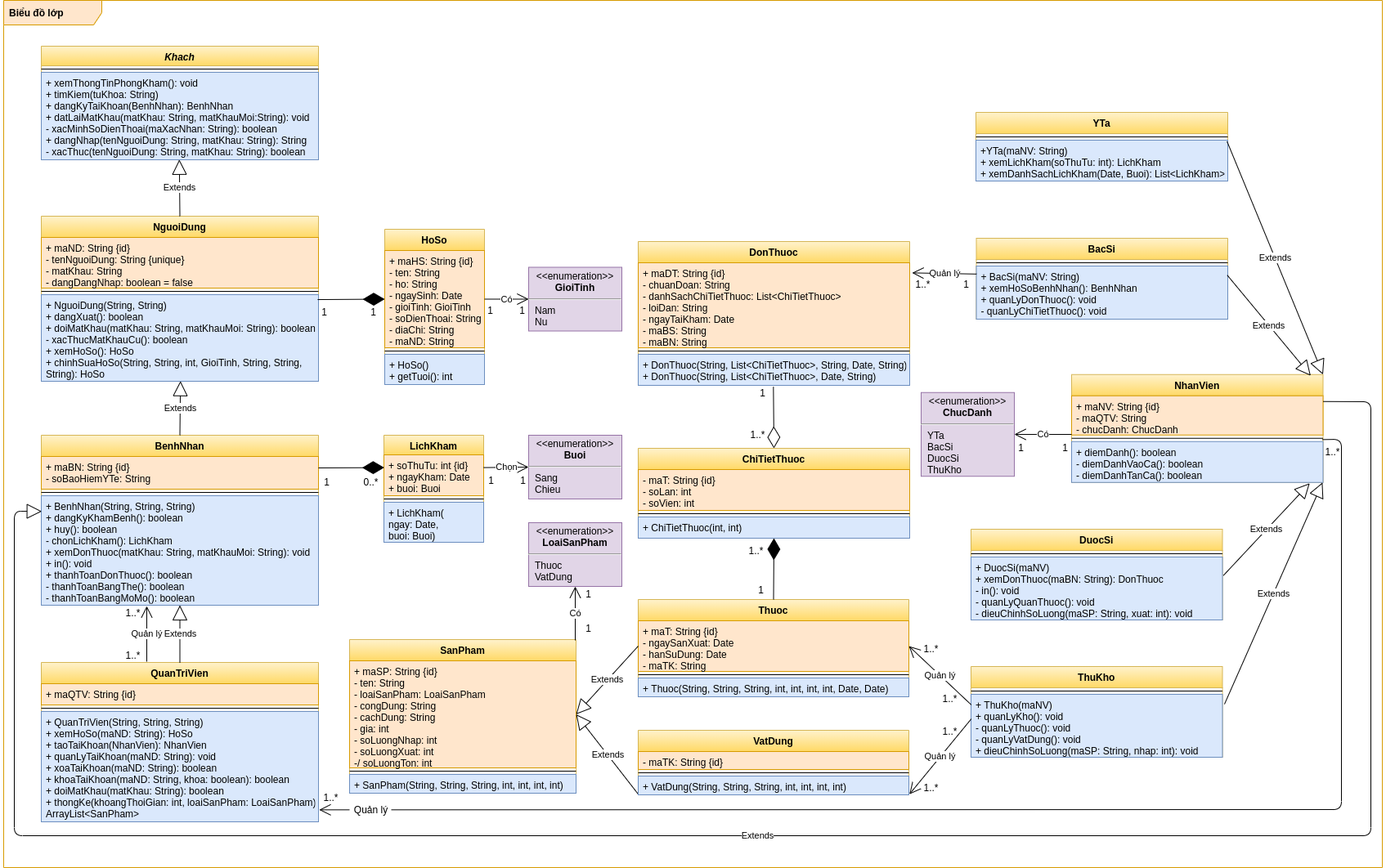
The draw.io diagram images/Class Diagram.png in luclegen/medicine16, before a commit. Source tidied: cells renumbered, new cells last; positions are measured from the earlier drawing's top-left corner, leaving out a move shared by most shapes.
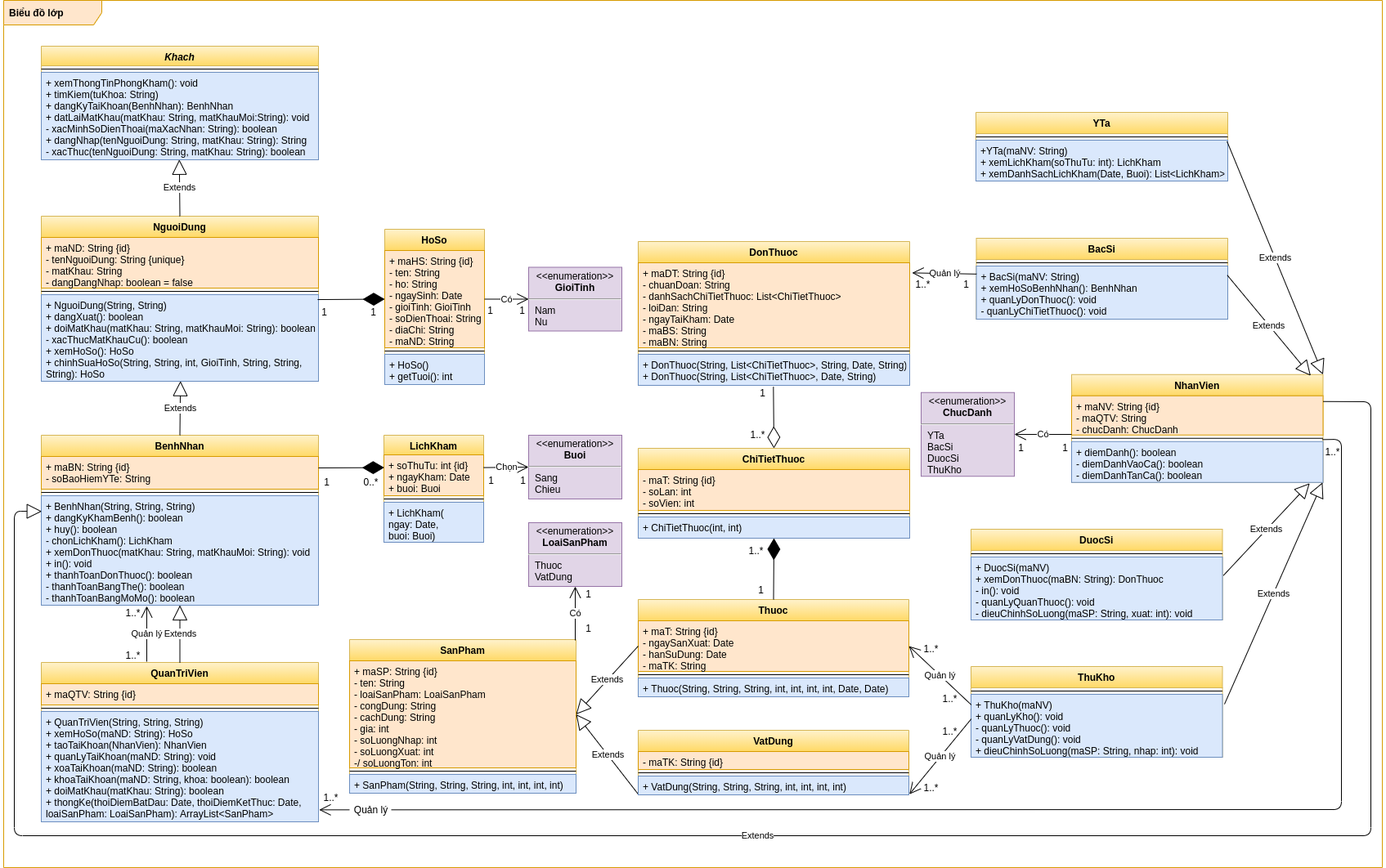
After the change.

Commit message:
Update Class Diagram

Change to the diagram source:
```diff
@@ -97,7 +97,7 @@
     <mxCell id="32" style="line;strokeWidth=1;fillColor=none;align=left;verticalAlign=middle;spacingTop=-1;spacingLeft=3;spacingRight=3;labelPosition=right;" parent="30" vertex="1">
       <mxGeometry y="52" width="339" height="8" as="geometry" />
     </mxCell>
-    <mxCell id="33" value="+ QuanTriVien(String, String, String)&#10;+ xemHoSo(maND: String): HoSo&#10;+ taoTaiKhoan(NhanVien): NhanVien&#10;+ quanLyTaiKhoan(maND: String): void&#10;+ xoaTaiKhoan(maND: String): boolean&#10;+ khoaTaiKhoan(maND: String, khoa: boolean): boolean&#10;+ doiMatKhau(matKhau: String): boolean&#10;+ thongKe(khoangThoiGian: int, loaiSanPham: LoaiSanPham):&#10;ArrayList&lt;SanPham&gt;" style="text;strokeColor=#6c8ebf;fillColor=#dae8fc;align=left;verticalAlign=top;spacingLeft=4;spacingRight=4;overflow=hidden;fontStyle=0;" parent="30" vertex="1">
+    <mxCell id="33" value="+ QuanTriVien(String, String, String)&#10;+ xemHoSo(maND: String): HoSo&#10;+ taoTaiKhoan(NhanVien): NhanVien&#10;+ quanLyTaiKhoan(maND: String): void&#10;+ xoaTaiKhoan(maND: String): boolean&#10;+ khoaTaiKhoan(maND: String, khoa: boolean): boolean&#10;+ doiMatKhau(matKhau: String): boolean&#10;+ thongKe(thoiDiemBatDau: Date, thoiDiemKetThuc: Date,&#10;loaiSanPham: LoaiSanPham): ArrayList&lt;SanPham&gt;" style="text;strokeColor=#6c8ebf;fillColor=#dae8fc;align=left;verticalAlign=top;spacingLeft=4;spacingRight=4;overflow=hidden;fontStyle=0;" parent="30" vertex="1">
       <mxGeometry y="60" width="339" height="135" as="geometry" />
     </mxCell>
     <mxCell id="34" value="Extends" style="endArrow=block;endSize=16;endFill=0;html=1;exitX=0.5;exitY=0;exitDx=0;exitDy=0;entryX=0.5;entryY=1;entryDx=0;entryDy=0;entryPerimeter=0;" parent="1" edge="1" source="30" target="18">
```
